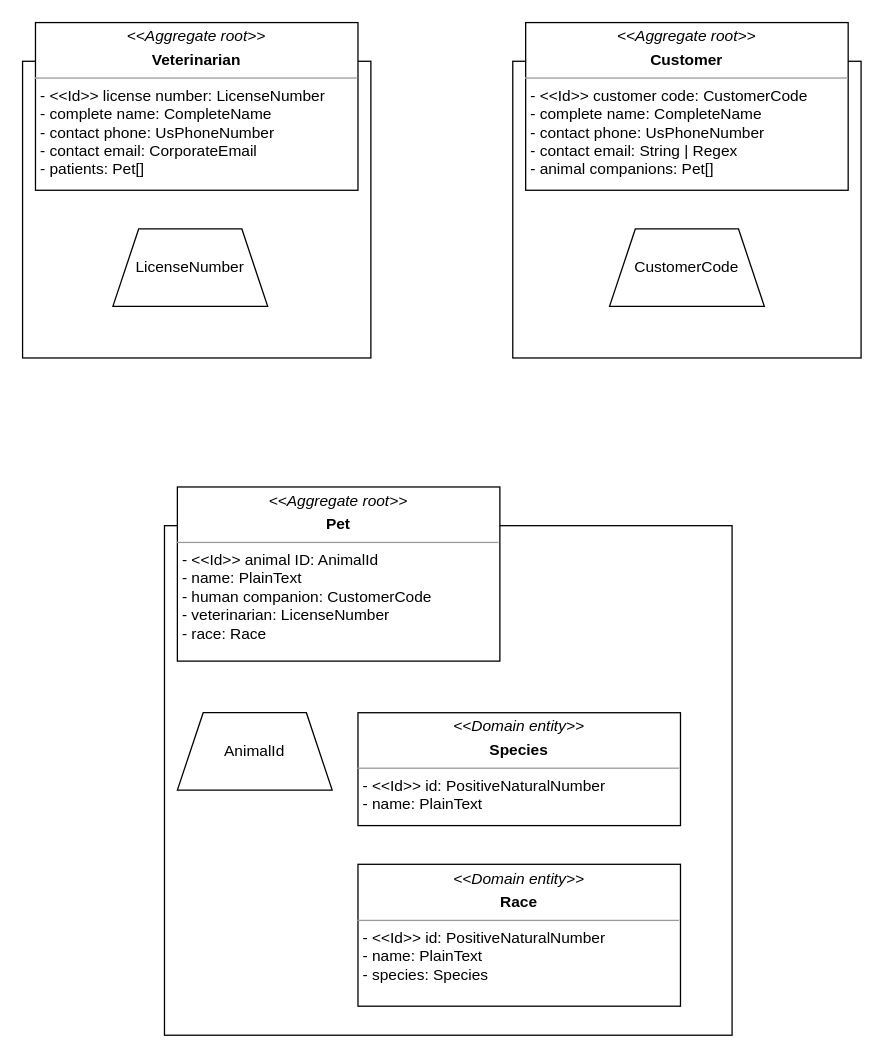
Above: doc/peikcad-live_vet-clinic-x_core-domain.drawio in peikcad-live/vet-clinic-x (draw.io), before the change. Source tidied: cells renumbered, new cells numbered last; positions are measured from the earlier drawing's top-left corner, leaving out a move shared by most shapes. Both pictures are drawn from the tidied source at 129%, with x=0, y=0 at pixel (22, 22).
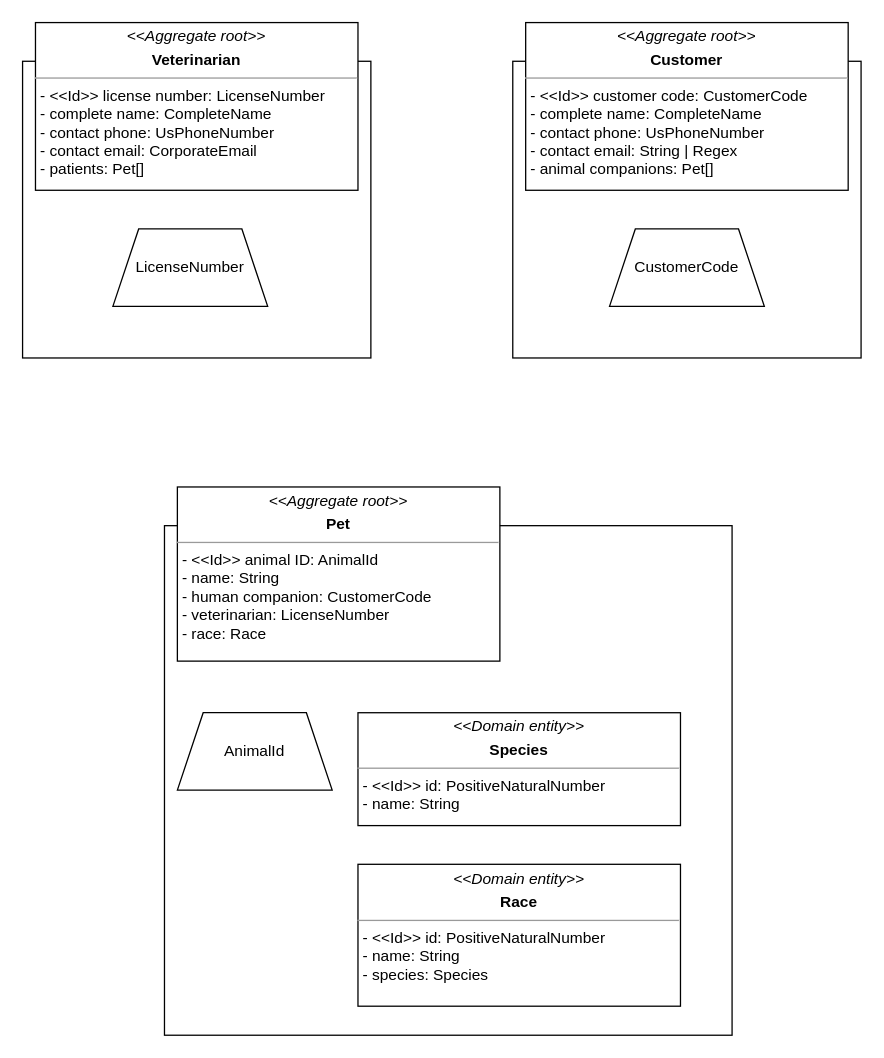
After the change.

Diff of the diagram source:
```diff
@@
 <mxGraphModel>
   <root>
     <mxCell id="0" />
     <mxCell id="1" parent="0" />
     <mxCell id="2" style="rounded=0;whiteSpace=wrap;html=1;" parent="1" vertex="1">
       <mxGeometry y="30" width="270" height="230" as="geometry" />
     </mxCell>
     <mxCell id="3" value="&lt;p style=&quot;margin:0px;margin-top:4px;text-align:center;&quot;&gt;&lt;i&gt;&amp;lt;&amp;lt;Aggregate root&amp;gt;&amp;gt;&lt;/i&gt;&lt;/p&gt;&lt;p style=&quot;margin:0px;margin-top:4px;text-align:center;&quot;&gt;&lt;b&gt;Veterinarian&lt;/b&gt;&lt;br&gt;&lt;b&gt;&lt;/b&gt;&lt;/p&gt;&lt;hr size=&quot;1&quot;&gt;&lt;p style=&quot;margin:0px;margin-left:4px;&quot;&gt;- &amp;lt;&amp;lt;Id&amp;gt;&amp;gt; license number: LicenseNumber&lt;br&gt;- complete name: CompleteName&lt;br&gt;&lt;/p&gt;&lt;p style=&quot;margin:0px;margin-left:4px;&quot;&gt;- contact phone: UsPhoneNumber&lt;br&gt;&lt;/p&gt;&lt;p style=&quot;margin:0px;margin-left:4px;&quot;&gt;- contact email: CorporateEmail&lt;/p&gt;&lt;p style=&quot;margin:0px;margin-left:4px;&quot;&gt;- patients: Pet[]&lt;br&gt;&lt;/p&gt;" style="verticalAlign=top;align=left;overflow=fill;fontSize=12;fontFamily=Helvetica;html=1;whiteSpace=wrap;" parent="1" vertex="1">
       <mxGeometry x="10" width="250" height="130" as="geometry" />
     </mxCell>
     <mxCell id="4" style="rounded=0;whiteSpace=wrap;html=1;" parent="1" vertex="1">
       <mxGeometry x="380" y="30" width="270" height="230" as="geometry" />
     </mxCell>
     <mxCell id="5" value="&lt;p style=&quot;margin:0px;margin-top:4px;text-align:center;&quot;&gt;&lt;i&gt;&amp;lt;&amp;lt;Aggregate root&amp;gt;&amp;gt;&lt;/i&gt;&lt;/p&gt;&lt;p style=&quot;margin:0px;margin-top:4px;text-align:center;&quot;&gt;&lt;b&gt;Customer&lt;/b&gt;&lt;br&gt;&lt;b&gt;&lt;/b&gt;&lt;/p&gt;&lt;hr size=&quot;1&quot;&gt;&lt;p style=&quot;margin:0px;margin-left:4px;&quot;&gt;- &amp;lt;&amp;lt;Id&amp;gt;&amp;gt; customer code: CustomerCode&lt;br&gt;- complete name: CompleteName&lt;br&gt;&lt;/p&gt;&lt;p style=&quot;margin:0px;margin-left:4px;&quot;&gt;- contact phone: UsPhoneNumber&lt;br&gt;&lt;/p&gt;&lt;p style=&quot;margin:0px;margin-left:4px;&quot;&gt;- contact email: String | Regex&lt;br&gt;&lt;/p&gt;&lt;p style=&quot;margin:0px;margin-left:4px;&quot;&gt;- animal companions: Pet[]&lt;br&gt;&lt;/p&gt;" style="verticalAlign=top;align=left;overflow=fill;fontSize=12;fontFamily=Helvetica;html=1;whiteSpace=wrap;" parent="1" vertex="1">
       <mxGeometry x="390" width="250" height="130" as="geometry" />
     </mxCell>
     <mxCell id="6" style="rounded=0;whiteSpace=wrap;html=1;" parent="1" vertex="1">
       <mxGeometry x="110" y="390" width="440" height="395" as="geometry" />
     </mxCell>
-    <mxCell id="7" value="&lt;p style=&quot;margin:0px;margin-top:4px;text-align:center;&quot;&gt;&lt;i&gt;&amp;lt;&amp;lt;Aggregate root&amp;gt;&amp;gt;&lt;/i&gt;&lt;/p&gt;&lt;p style=&quot;margin:0px;margin-top:4px;text-align:center;&quot;&gt;&lt;b&gt;Pet&lt;/b&gt;&lt;br&gt;&lt;/p&gt;&lt;hr size=&quot;1&quot;&gt;&lt;p style=&quot;margin:0px;margin-left:4px;&quot;&gt;- &amp;lt;&amp;lt;Id&amp;gt;&amp;gt; animal ID: AnimalId&lt;/p&gt;&lt;p style=&quot;margin:0px;margin-left:4px;&quot;&gt;- name: PlainText&lt;/p&gt;&lt;p style=&quot;margin:0px;margin-left:4px;&quot;&gt;- human companion: CustomerCode&lt;/p&gt;&lt;p style=&quot;margin:0px;margin-left:4px;&quot;&gt;- veterinarian: LicenseNumber&lt;/p&gt;&lt;p style=&quot;margin:0px;margin-left:4px;&quot;&gt;- race: Race&lt;br&gt;&lt;/p&gt;" style="verticalAlign=top;align=left;overflow=fill;fontSize=12;fontFamily=Helvetica;html=1;whiteSpace=wrap;" parent="1" vertex="1">
+    <mxCell id="7" value="&lt;p style=&quot;margin:0px;margin-top:4px;text-align:center;&quot;&gt;&lt;i&gt;&amp;lt;&amp;lt;Aggregate root&amp;gt;&amp;gt;&lt;/i&gt;&lt;/p&gt;&lt;p style=&quot;margin:0px;margin-top:4px;text-align:center;&quot;&gt;&lt;b&gt;Pet&lt;/b&gt;&lt;br&gt;&lt;/p&gt;&lt;hr size=&quot;1&quot;&gt;&lt;p style=&quot;margin:0px;margin-left:4px;&quot;&gt;- &amp;lt;&amp;lt;Id&amp;gt;&amp;gt; animal ID: AnimalId&lt;/p&gt;&lt;p style=&quot;margin:0px;margin-left:4px;&quot;&gt;- name: String&lt;/p&gt;&lt;p style=&quot;margin:0px;margin-left:4px;&quot;&gt;- human companion: CustomerCode&lt;/p&gt;&lt;p style=&quot;margin:0px;margin-left:4px;&quot;&gt;- veterinarian: LicenseNumber&lt;/p&gt;&lt;p style=&quot;margin:0px;margin-left:4px;&quot;&gt;- race: Race&lt;br&gt;&lt;/p&gt;" style="verticalAlign=top;align=left;overflow=fill;fontSize=12;fontFamily=Helvetica;html=1;whiteSpace=wrap;" parent="1" vertex="1">
       <mxGeometry x="120" y="360" width="250" height="135" as="geometry" />
     </mxCell>
     <mxCell id="8" value="CustomerCode" style="shape=trapezoid;perimeter=trapezoidPerimeter;whiteSpace=wrap;html=1;fixedSize=1;" parent="1" vertex="1">
       <mxGeometry x="455" y="160" width="120" height="60" as="geometry" />
     </mxCell>
     <mxCell id="9" value="LicenseNumber" style="shape=trapezoid;perimeter=trapezoidPerimeter;whiteSpace=wrap;html=1;fixedSize=1;" parent="1" vertex="1">
       <mxGeometry x="70" y="160" width="120" height="60" as="geometry" />
     </mxCell>
     <mxCell id="10" value="AnimalId" style="shape=trapezoid;perimeter=trapezoidPerimeter;whiteSpace=wrap;html=1;fixedSize=1;" parent="1" vertex="1">
       <mxGeometry x="120" y="535" width="120" height="60" as="geometry" />
     </mxCell>
-    <mxCell id="11" value="&lt;p style=&quot;margin:0px;margin-top:4px;text-align:center;&quot;&gt;&lt;i&gt;&amp;lt;&amp;lt;Domain entity&amp;gt;&amp;gt;&lt;/i&gt;&lt;/p&gt;&lt;p style=&quot;margin:0px;margin-top:4px;text-align:center;&quot;&gt;&lt;b&gt;Species&lt;/b&gt;&lt;br&gt;&lt;/p&gt;&lt;hr size=&quot;1&quot;&gt;&lt;p style=&quot;margin:0px;margin-left:4px;&quot;&gt;- &amp;lt;&amp;lt;Id&amp;gt;&amp;gt; id: PositiveNaturalNumber&lt;/p&gt;&lt;p style=&quot;margin:0px;margin-left:4px;&quot;&gt;- name: PlainText&lt;br&gt;&lt;/p&gt;" style="verticalAlign=top;align=left;overflow=fill;fontSize=12;fontFamily=Helvetica;html=1;whiteSpace=wrap;" parent="1" vertex="1">
+    <mxCell id="11" value="&lt;p style=&quot;margin:0px;margin-top:4px;text-align:center;&quot;&gt;&lt;i&gt;&amp;lt;&amp;lt;Domain entity&amp;gt;&amp;gt;&lt;/i&gt;&lt;/p&gt;&lt;p style=&quot;margin:0px;margin-top:4px;text-align:center;&quot;&gt;&lt;b&gt;Species&lt;/b&gt;&lt;br&gt;&lt;/p&gt;&lt;hr size=&quot;1&quot;&gt;&lt;p style=&quot;margin:0px;margin-left:4px;&quot;&gt;- &amp;lt;&amp;lt;Id&amp;gt;&amp;gt; id: PositiveNaturalNumber&lt;/p&gt;&lt;p style=&quot;margin:0px;margin-left:4px;&quot;&gt;- name: String&lt;br&gt;&lt;/p&gt;" style="verticalAlign=top;align=left;overflow=fill;fontSize=12;fontFamily=Helvetica;html=1;whiteSpace=wrap;" parent="1" vertex="1">
       <mxGeometry x="260" y="535" width="250" height="87.5" as="geometry" />
     </mxCell>
-    <mxCell id="12" value="&lt;p style=&quot;margin:0px;margin-top:4px;text-align:center;&quot;&gt;&lt;i&gt;&amp;lt;&amp;lt;Domain entity&amp;gt;&amp;gt;&lt;/i&gt;&lt;/p&gt;&lt;p style=&quot;margin:0px;margin-top:4px;text-align:center;&quot;&gt;&lt;b&gt;Race&lt;/b&gt;&lt;br&gt;&lt;/p&gt;&lt;hr size=&quot;1&quot;&gt;&lt;p style=&quot;margin:0px;margin-left:4px;&quot;&gt;- &amp;lt;&amp;lt;Id&amp;gt;&amp;gt; id: PositiveNaturalNumber&lt;/p&gt;&lt;p style=&quot;margin:0px;margin-left:4px;&quot;&gt;- name: PlainText&lt;/p&gt;&lt;p style=&quot;margin:0px;margin-left:4px;&quot;&gt;- species: Species&lt;br&gt;&lt;/p&gt;" style="verticalAlign=top;align=left;overflow=fill;fontSize=12;fontFamily=Helvetica;html=1;whiteSpace=wrap;" parent="1" vertex="1">
+    <mxCell id="12" value="&lt;p style=&quot;margin:0px;margin-top:4px;text-align:center;&quot;&gt;&lt;i&gt;&amp;lt;&amp;lt;Domain entity&amp;gt;&amp;gt;&lt;/i&gt;&lt;/p&gt;&lt;p style=&quot;margin:0px;margin-top:4px;text-align:center;&quot;&gt;&lt;b&gt;Race&lt;/b&gt;&lt;br&gt;&lt;/p&gt;&lt;hr size=&quot;1&quot;&gt;&lt;p style=&quot;margin:0px;margin-left:4px;&quot;&gt;- &amp;lt;&amp;lt;Id&amp;gt;&amp;gt; id: PositiveNaturalNumber&lt;/p&gt;&lt;p style=&quot;margin:0px;margin-left:4px;&quot;&gt;- name: String&lt;/p&gt;&lt;p style=&quot;margin:0px;margin-left:4px;&quot;&gt;- species: Species&lt;br&gt;&lt;/p&gt;" style="verticalAlign=top;align=left;overflow=fill;fontSize=12;fontFamily=Helvetica;html=1;whiteSpace=wrap;" parent="1" vertex="1">
       <mxGeometry x="260" y="652.5" width="250" height="110" as="geometry" />
     </mxCell>
   </root>
 </mxGraphModel>
```
